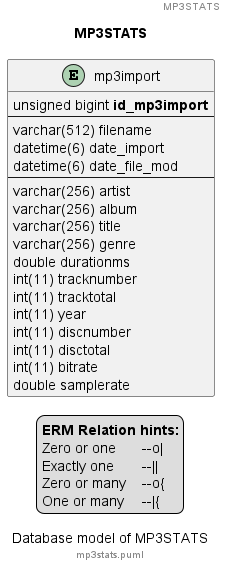
Above: images/id3stats.png in ThirtySomething/ID3Stats (PlantUML), before the change. Its diagram source:
```plantuml
@startuml

title MP3STATS

header MP3STATS

caption Database model of MP3STATS

footer %filename()

skinparam linetype ortho

entity mp3import {
    unsigned bigint **id_mp3import**
    --
    varchar(512) filename
    datetime(6) date_import
    datetime(6) date_file_mod
    ---
    varchar(256) artist
    varchar(256) album
    varchar(256) title
    varchar(256) genre
    double durationms
    int(11) tracknumber
    int(11) tracktotal
    int(11) year
    int(11) discnumber
    int(11) disctotal
    int(11) bitrate
    double samplerate
}

legend
**ERM Relation hints:**
Zero or one \t --o|
Exactly one \t --||
Zero or many \t --o{
One or many \t --|{
end legend

@enduml
```
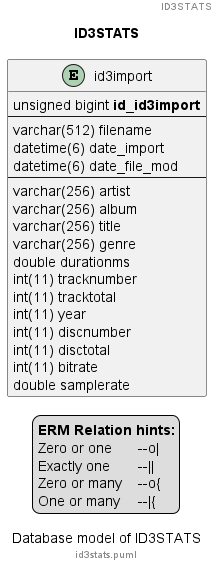
Above is the later version.

The edit, as a diff of the source:
```diff
@@ -1,17 +1,17 @@
 @startuml
 
-title MP3STATS
+title ID3STATS
 
-header MP3STATS
+header ID3STATS
 
-caption Database model of MP3STATS
+caption Database model of ID3STATS
 
 footer %filename()
 
 skinparam linetype ortho
 
-entity mp3import {
-    unsigned bigint **id_mp3import**
+entity id3import {
+    unsigned bigint **id_id3import**
     --
     varchar(512) filename
     datetime(6) date_import
```
